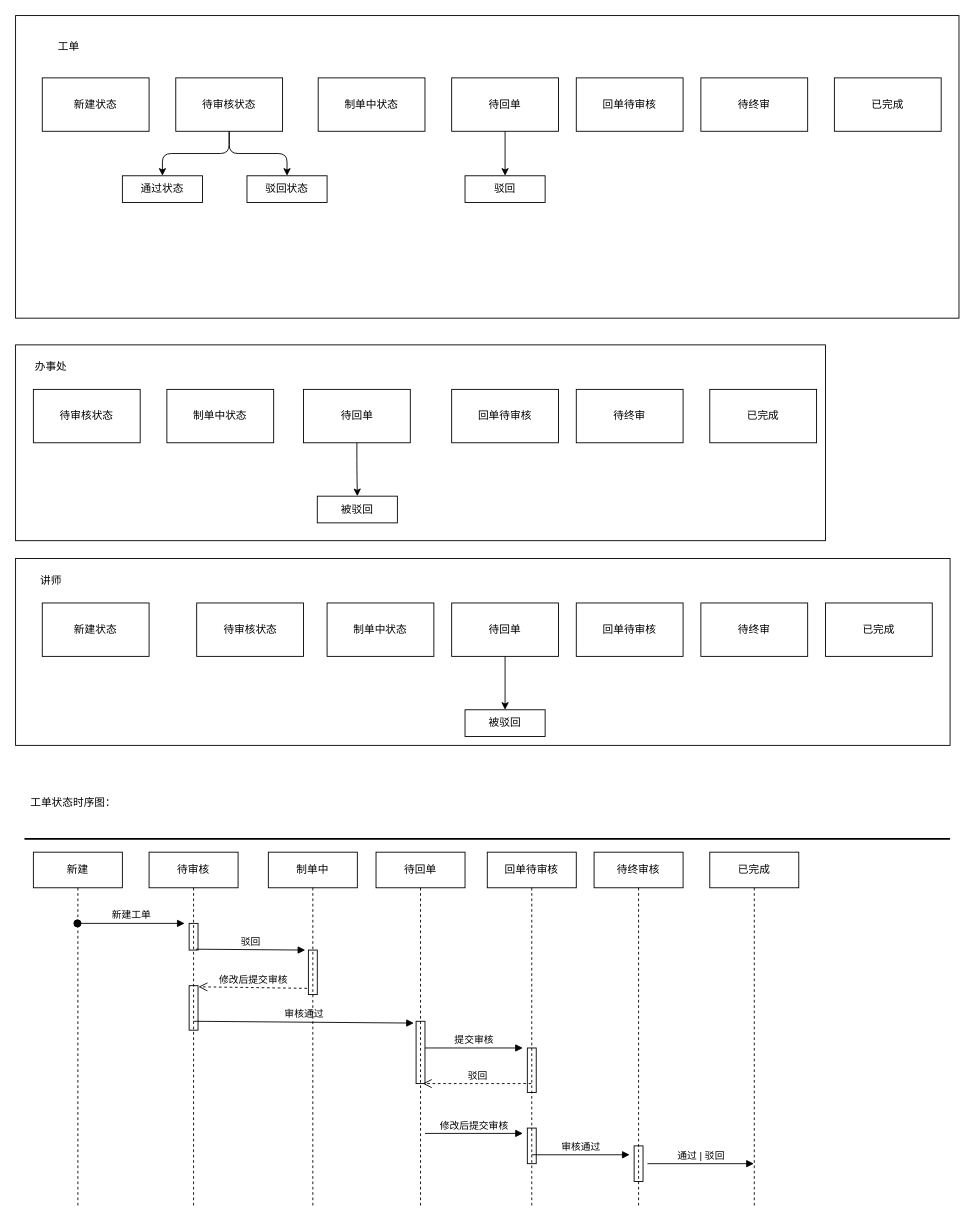
Above: lecturerService.drawio in NgChiKin/diagrams-uml (draw.io), before the change. Source tidied: cells renumbered, new cells numbered last; positions are measured from the earlier drawing's top-left corner, leaving out a move shared by most shapes. Both pictures are drawn from the tidied source at 89%, with x=0, y=0 at pixel (15, 15).
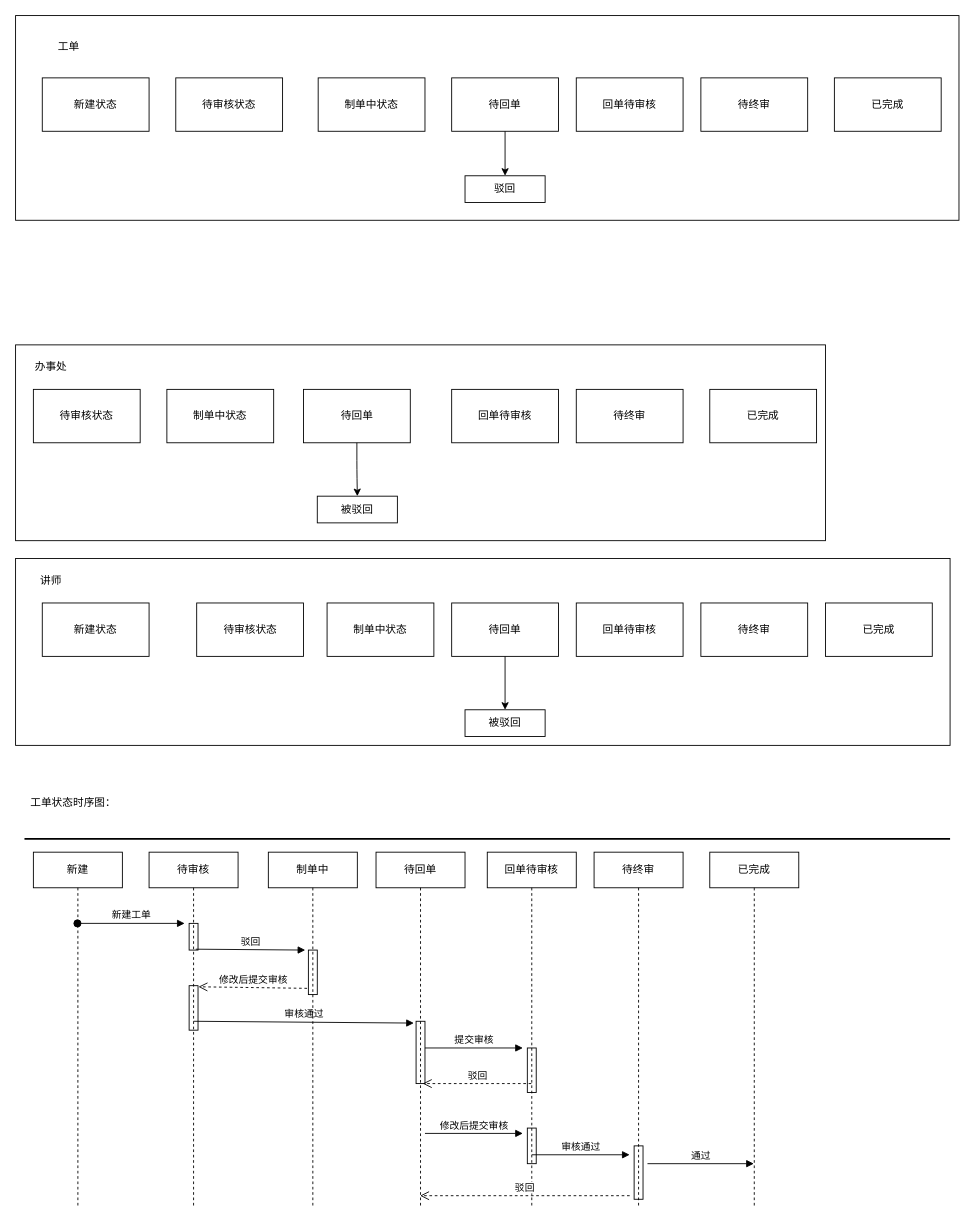
The same page after the edit.

Unchanged cells that the change refers to:
```xml
<mxCell id="8" value="待审核状态" style="rounded=0;whiteSpace=wrap;html=1;fillColor=none;" parent="1" vertex="1">
  <mxGeometry x="180" y="70" width="120" height="60" as="geometry" />
</mxCell>
<mxCell id="47" value="待回单" style="shape=umlLifeline;perimeter=lifelinePerimeter;whiteSpace=wrap;html=1;outlineConnect=0;fillColor=none;" parent="1" vertex="1">
  <mxGeometry x="405" y="940" width="100" height="400" as="geometry" />
</mxCell>
<mxCell id="57" value="已完成" style="shape=umlLifeline;perimeter=lifelinePerimeter;whiteSpace=wrap;html=1;outlineConnect=0;fillColor=none;" parent="1" vertex="1">
  <mxGeometry x="780" y="940" width="100" height="400" as="geometry" />
</mxCell>
```

What changed in the source:
```diff
@@
     <mxCell id="3" style="rounded=0;whiteSpace=wrap;html=1;fillColor=none;" parent="1" vertex="1">
-      <mxGeometry width="1060" height="340" as="geometry" />
+      <mxGeometry width="1060" height="230" as="geometry" />
     </mxCell>
@@
-    <mxCell id="6" style="edgeStyle=orthogonalEdgeStyle;rounded=1;jettySize=auto;html=1;exitX=0.5;exitY=1;exitDx=0;exitDy=0;entryX=0.5;entryY=0;entryDx=0;entryDy=0;" parent="1" edge="1" source="8" target="10">
-      <mxGeometry relative="1" as="geometry" />
-    </mxCell>
-    <mxCell id="7" style="edgeStyle=orthogonalEdgeStyle;rounded=1;jettySize=auto;html=1;exitX=0.5;exitY=1;exitDx=0;exitDy=0;entryX=0.5;entryY=0;entryDx=0;entryDy=0;" parent="1" edge="1" source="8" target="11">
-      <mxGeometry relative="1" as="geometry" />
-    </mxCell>
@@
-    <mxCell id="10" value="通过状态" style="rounded=0;whiteSpace=wrap;html=1;fillColor=none;" parent="1" vertex="1">
-      <mxGeometry x="120" y="180" width="90" height="30" as="geometry" />
-    </mxCell>
-    <mxCell id="11" value="驳回状态" style="rounded=0;whiteSpace=wrap;html=1;fillColor=none;" parent="1" vertex="1">
-      <mxGeometry x="260" y="180" width="90" height="30" as="geometry" />
-    </mxCell>
@@
-    <mxCell id="54" value="待终审核" style="shape=umlLifeline;perimeter=lifelinePerimeter;whiteSpace=wrap;html=1;fillColor=none;" parent="1" vertex="1">
+    <mxCell id="54" value="待终审" style="shape=umlLifeline;perimeter=lifelinePerimeter;whiteSpace=wrap;html=1;fillColor=none;" parent="1" vertex="1">
       <mxGeometry x="650" y="940" width="100" height="400" as="geometry" />
     </mxCell>
     <mxCell id="55" style="html=1;points=[];perimeter=orthogonalPerimeter;fillColor=none;" parent="54" vertex="1">
-      <mxGeometry x="45" y="330" width="10" height="40" as="geometry" />
+      <mxGeometry x="45" y="330" width="10" height="60" as="geometry" />
     </mxCell>
-    <mxCell id="56" value="通过 | 驳回" style="html=1;verticalAlign=bottom;endArrow=block;rounded=1;" parent="54" edge="1" target="57">
+    <mxCell id="56" value="通过" style="html=1;verticalAlign=bottom;endArrow=block;rounded=1;" parent="54" edge="1" target="57">
       <mxGeometry relative="1" as="geometry">
         <mxPoint x="60" y="350" as="sourcePoint" />
       </mxGeometry>
     </mxCell>
@@
+    <mxCell id="63" value="驳回" style="html=1;verticalAlign=bottom;endArrow=open;dashed=1;endSize=8;rounded=0;exitX=-0.5;exitY=0.933;exitDx=0;exitDy=0;exitPerimeter=0;" parent="1" edge="1" source="55" target="47">
+      <mxGeometry relative="1" as="geometry" />
+    </mxCell>
```
